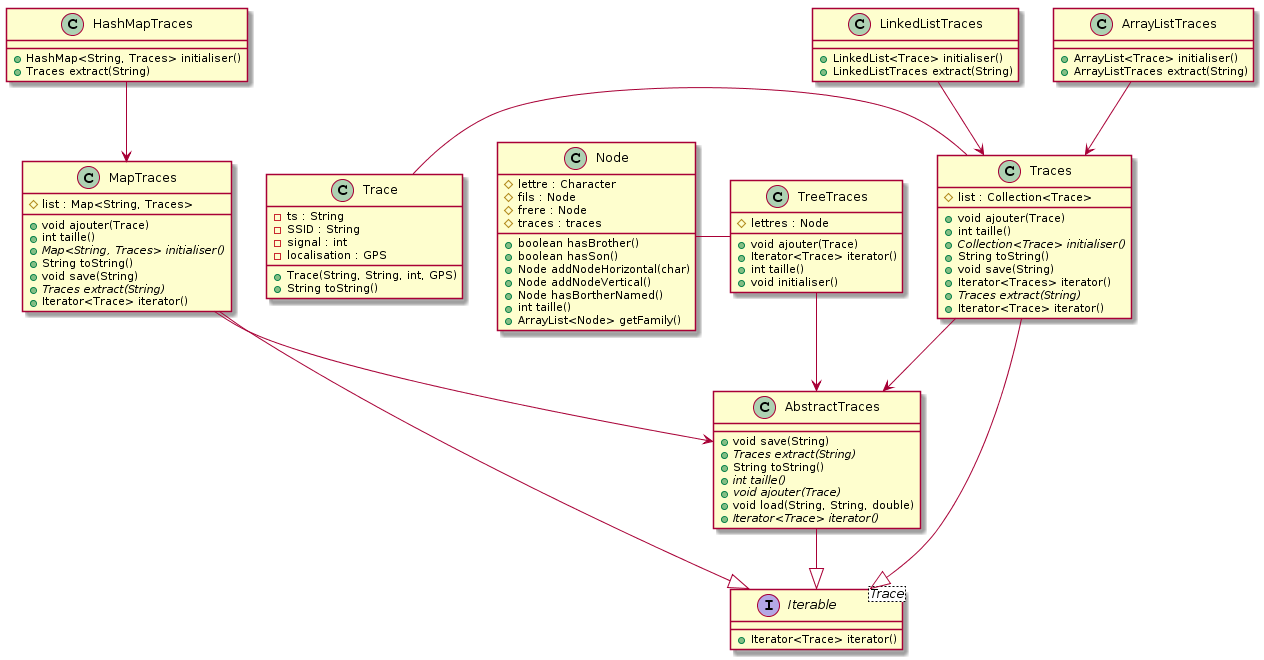
Above: UML.png in EhonAC7S/SD1A (PlantUML), before the change. Its diagram source:
```plantuml
@startuml
class Trace {
  -ts : String
  -SSID : String
  -signal : int
  -localisation : GPS
  +Trace(String, String, int, GPS)
  +String toString()
}

interface Iterable<Trace> {
  +Iterator<Trace> iterator()
}

class Traces {
  #list : Collection<Trace>
  + void ajouter(Trace)
  +int taille()
  +{abstract} Collection<Trace> initialiser()
  +String toString()
  +void save(String)
  +Iterator<Traces> iterator()
  +{abstract} Traces extract(String)
+Iterator<Trace> iterator()
}
class AbstractTraces {
  +void save(String)
  +{abstract} Traces extract(String)
  +String toString()
  +{abstract} int taille()
  +{abstract} void ajouter(Trace)
  +void load(String, String, double)
  +{abstract} Iterator<Trace> iterator()
}
class MapTraces {
  #list : Map<String, Traces>
  + void ajouter(Trace)
  +int taille()
  +{abstract} Map<String, Traces> initialiser()
  +String toString()
  +void save(String)
  +{abstract} Traces extract(String)
+Iterator<Trace> iterator()
}
class HashMapTraces {
  +HashMap<String, Traces> initialiser()
  +Traces extract(String)

}
class LinkedListTraces {
  +LinkedList<Trace> initialiser()
  +LinkedListTraces extract(String)

}
class ArrayListTraces{
  +ArrayList<Trace> initialiser()
  +ArrayListTraces extract(String)
}
class TreeTraces {
#lettres : Node
+void ajouter(Trace)
+Iterator<Trace> iterator()
+int taille()
+void initialiser()
}
class Node {
#lettre : Character
#fils : Node
#frere : Node
#traces : traces
+boolean hasBrother()
+boolean hasSon()
+Node addNodeHorizontal(char)
+Node addNodeVertical()
+Node hasBortherNamed()
+int taille()
+ArrayList<Node> getFamily()
}
Trace - Traces
Node - TreeTraces
LinkedListTraces --> Traces
ArrayListTraces --> Traces
Traces --|> Iterable
AbstractTraces --|> Iterable
MapTraces --|> Iterable
HashMapTraces --> MapTraces
MapTraces --> AbstractTraces
Traces --> AbstractTraces
TreeTraces --> AbstractTraces
@enduml
```
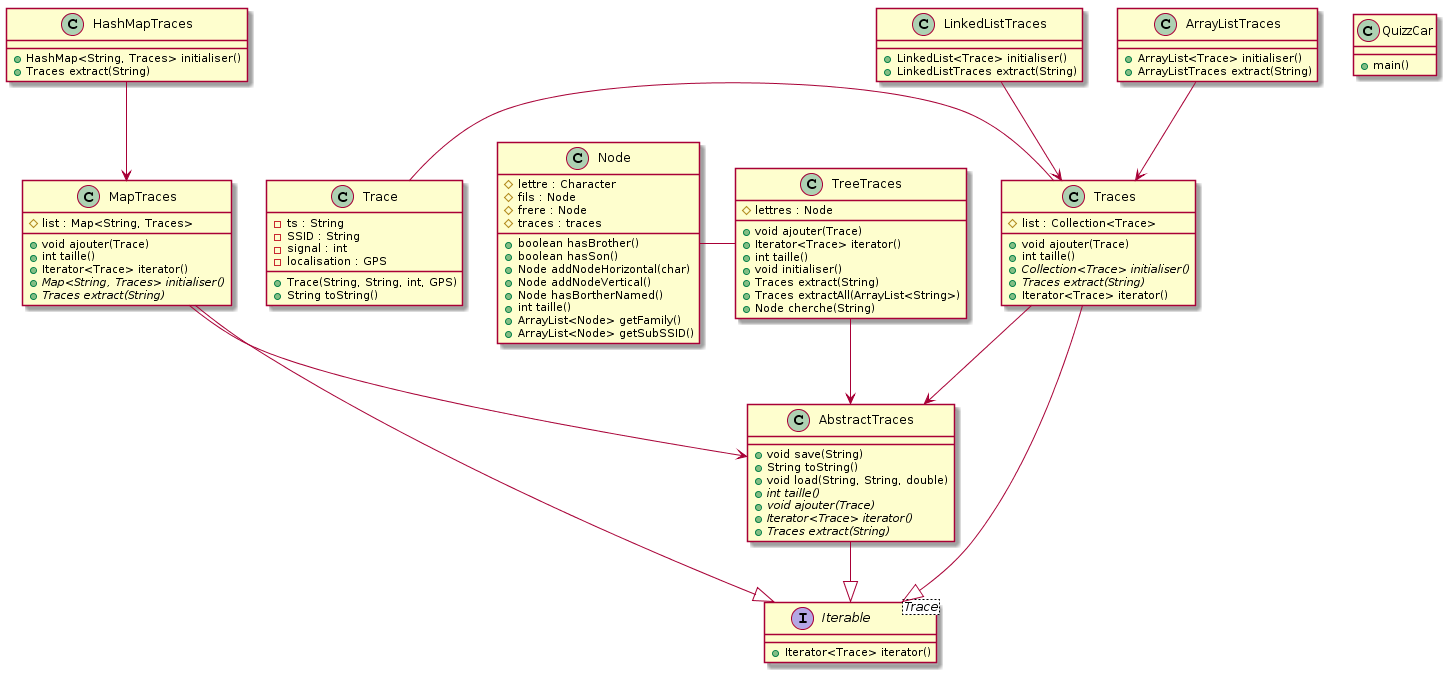
The same diagram one commit later.

Change to the diagram source:
```diff
@@ -17,30 +17,25 @@
   + void ajouter(Trace)
   +int taille()
   +{abstract} Collection<Trace> initialiser()
-  +String toString()
-  +void save(String)
-  +Iterator<Traces> iterator()
   +{abstract} Traces extract(String)
-+Iterator<Trace> iterator()
+  +Iterator<Trace> iterator()
 }
 class AbstractTraces {
   +void save(String)
-  +{abstract} Traces extract(String)
   +String toString()
+  +void load(String, String, double)
   +{abstract} int taille()
   +{abstract} void ajouter(Trace)
-  +void load(String, String, double)
   +{abstract} Iterator<Trace> iterator()
+  +{abstract} Traces extract(String)
 }
 class MapTraces {
   #list : Map<String, Traces>
-  + void ajouter(Trace)
+  +void ajouter(Trace)
   +int taille()
+  +Iterator<Trace> iterator()
   +{abstract} Map<String, Traces> initialiser()
-  +String toString()
-  +void save(String)
   +{abstract} Traces extract(String)
-+Iterator<Trace> iterator()
 }
 class HashMapTraces {
   +HashMap<String, Traces> initialiser()
@@ -62,6 +57,9 @@
 +Iterator<Trace> iterator()
 +int taille()
 +void initialiser()
++Traces extract(String)
++Traces extractAll(ArrayList<String>)
++Node cherche(String)
 }
 class Node {
 #lettre : Character
@@ -75,6 +73,10 @@
 +Node hasBortherNamed()
 +int taille()
 +ArrayList<Node> getFamily()
++ArrayList<Node> getSubSSID()
+}
+class QuizzCar {
++main()
 }
 Trace - Traces
 Node - TreeTraces
```
